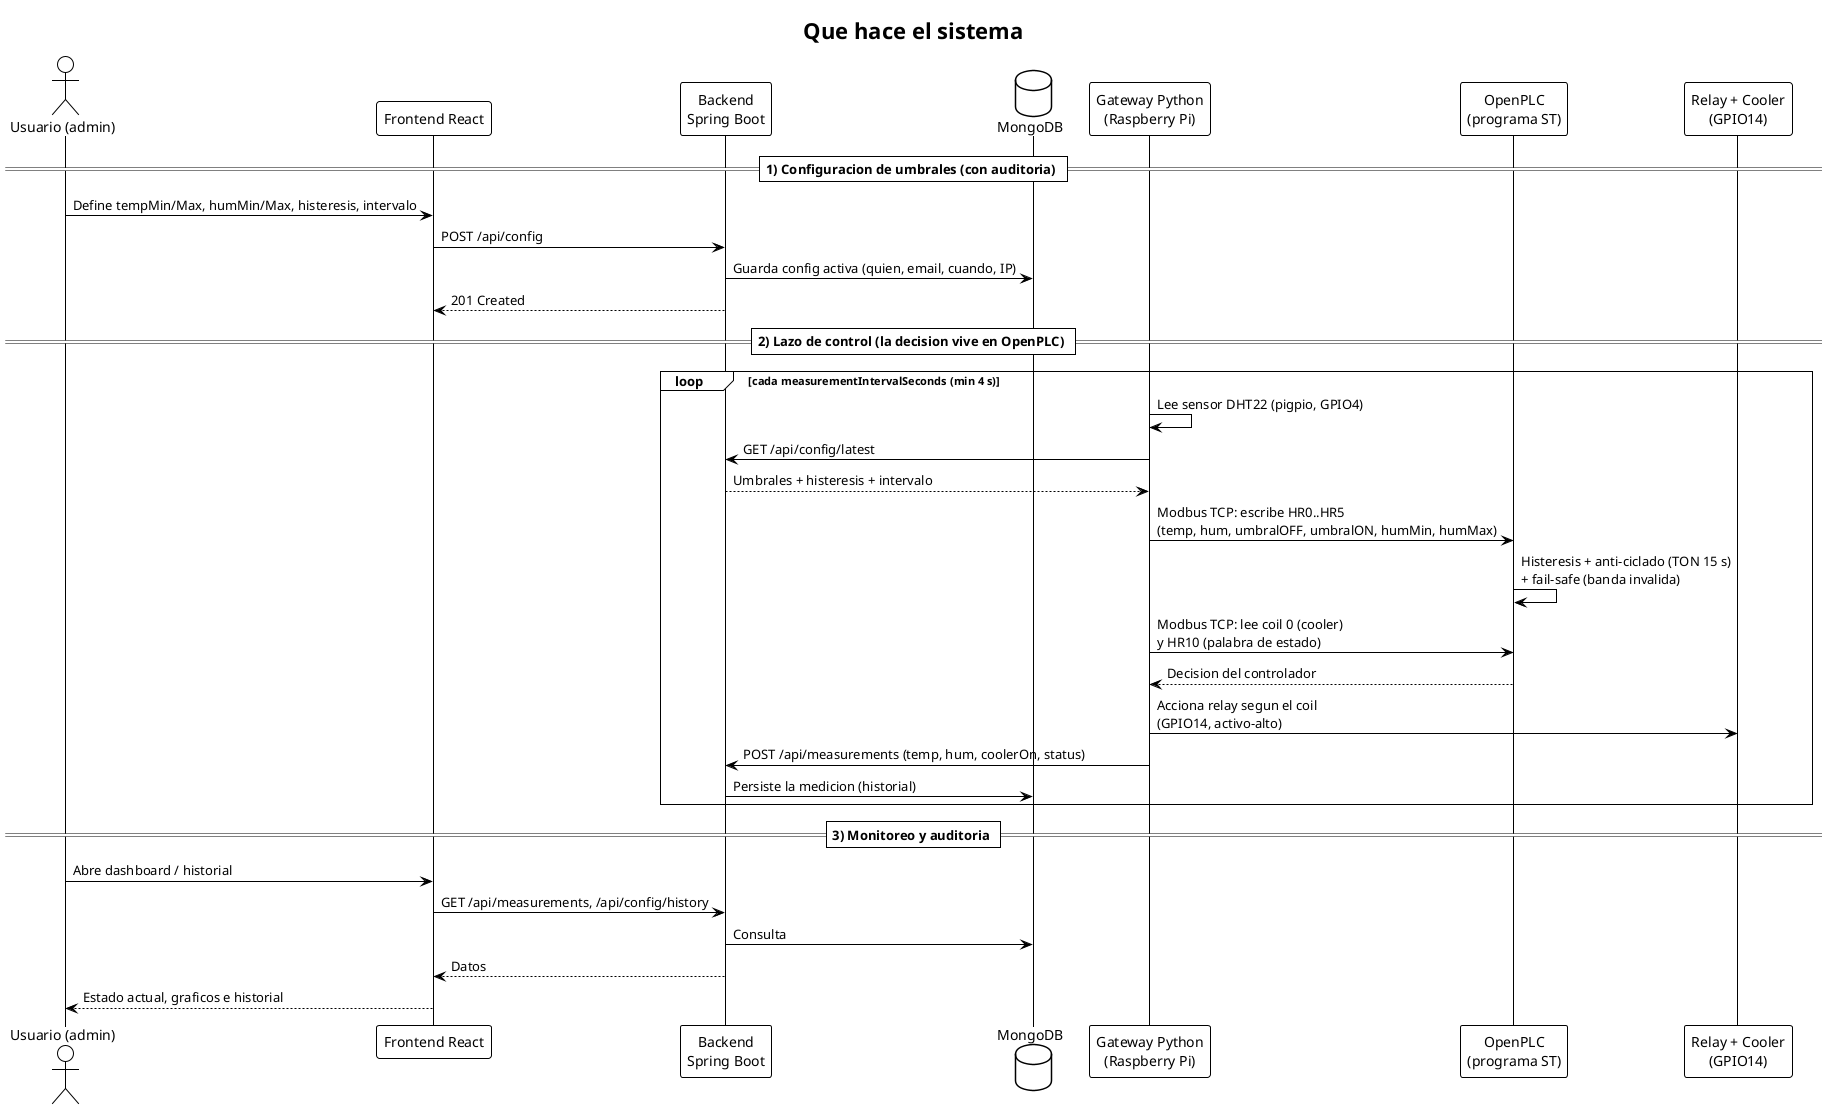
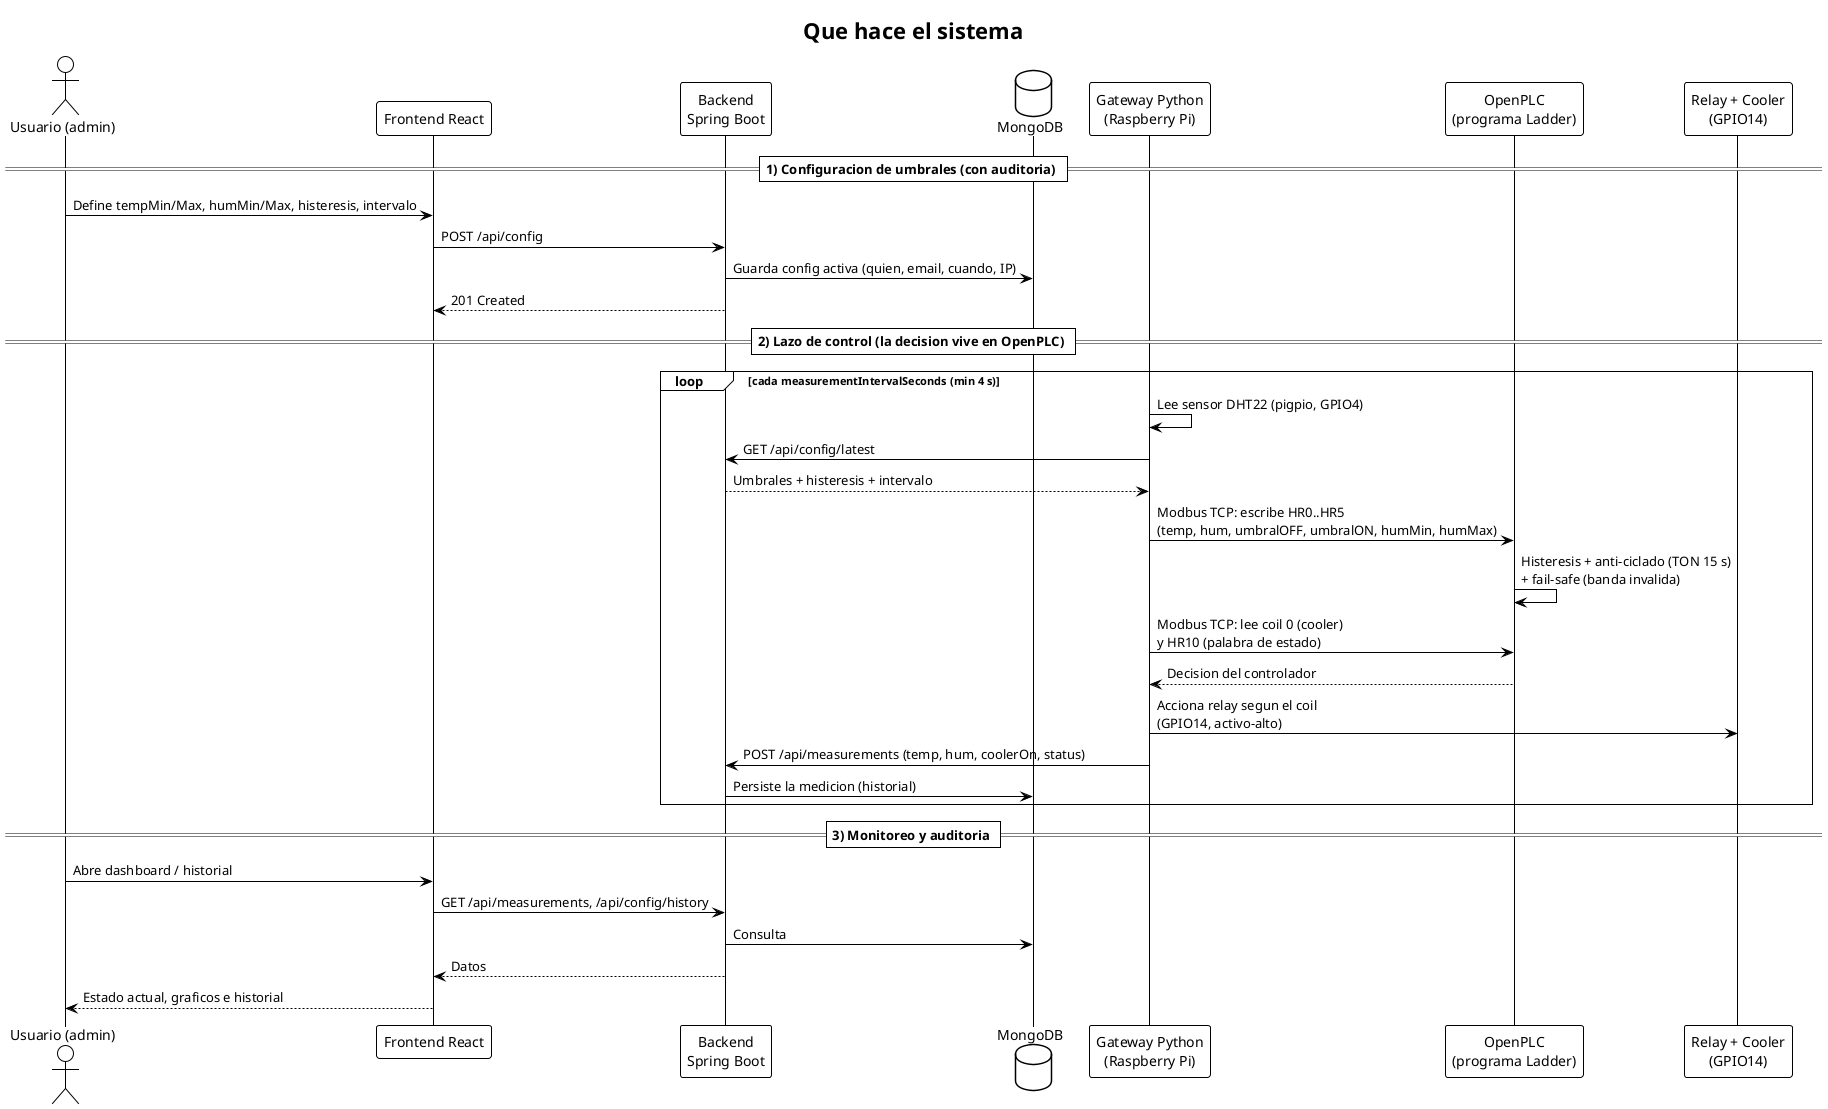
@startuml sequence
!theme plain
skinparam backgroundColor #FFFFFF
skinparam shadowing false
' Diagrama de secuencia (UML) — configuracion, lazo de control (decision en OpenPLC) y monitoreo.
title Que hace el sistema

actor "Usuario (admin)" as U
participant "Frontend React" as FE
participant "Backend\nSpring Boot" as API
database "MongoDB" as DB
participant "Gateway Python\n(Raspberry Pi)" as GW
- participant "OpenPLC\n(programa ST)" as PLC
+ participant "OpenPLC\n(programa Ladder)" as PLC
participant "Relay + Cooler\n(GPIO14)" as HW

== 1) Configuracion de umbrales (con auditoria) ==
U -> FE : Define tempMin/Max, humMin/Max, histeresis, intervalo
FE -> API : POST /api/config
API -> DB : Guarda config activa (quien, email, cuando, IP)
API --> FE : 201 Created

== 2) Lazo de control (la decision vive en OpenPLC) ==
loop cada measurementIntervalSeconds (min 4 s)
  GW -> GW : Lee sensor DHT22 (pigpio, GPIO4)
  GW -> API : GET /api/config/latest
  API --> GW : Umbrales + histeresis + intervalo
  GW -> PLC : Modbus TCP: escribe HR0..HR5\n(temp, hum, umbralOFF, umbralON, humMin, humMax)
  PLC -> PLC : Histeresis + anti-ciclado (TON 15 s)\n+ fail-safe (banda invalida)
  GW -> PLC : Modbus TCP: lee coil 0 (cooler)\ny HR10 (palabra de estado)
  PLC --> GW : Decision del controlador
  GW -> HW : Acciona relay segun el coil\n(GPIO14, activo-alto)
  GW -> API : POST /api/measurements (temp, hum, coolerOn, status)
  API -> DB : Persiste la medicion (historial)
end

== 3) Monitoreo y auditoria ==
U -> FE : Abre dashboard / historial
FE -> API : GET /api/measurements, /api/config/history
API -> DB : Consulta
API --> FE : Datos
FE --> U : Estado actual, graficos e historial
@enduml
